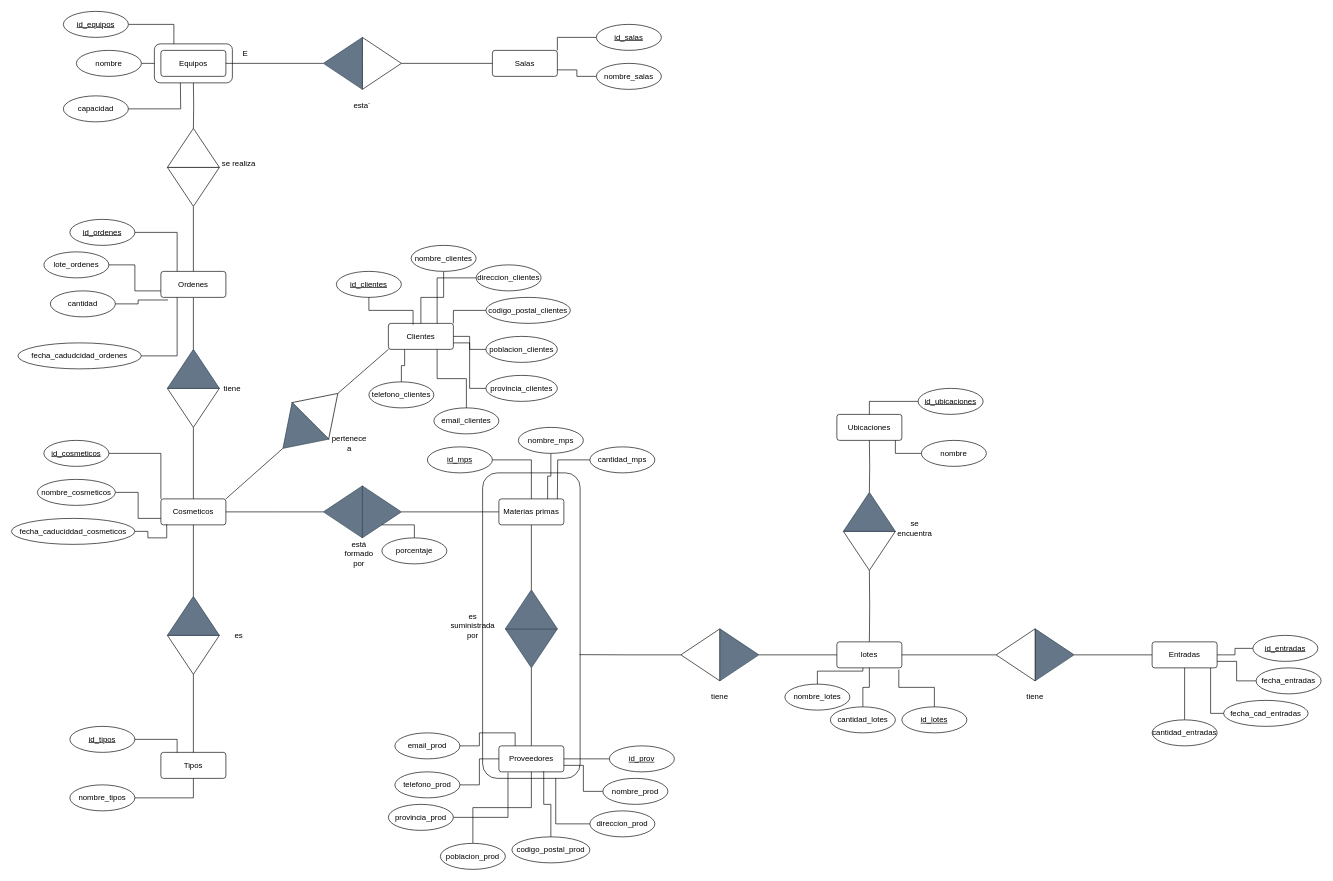
jolumon/proyecto_24_25 keeps this draw.io diagram as der.drawio. Above is the earlier version. Source tidied: cells renumbered, new cells numbered last; positions are measured from the earlier drawing's top-left corner, leaving out a move shared by most shapes. Both pictures are drawn from the tidied source at 65%, with x=0, y=0 at pixel (11, 11).
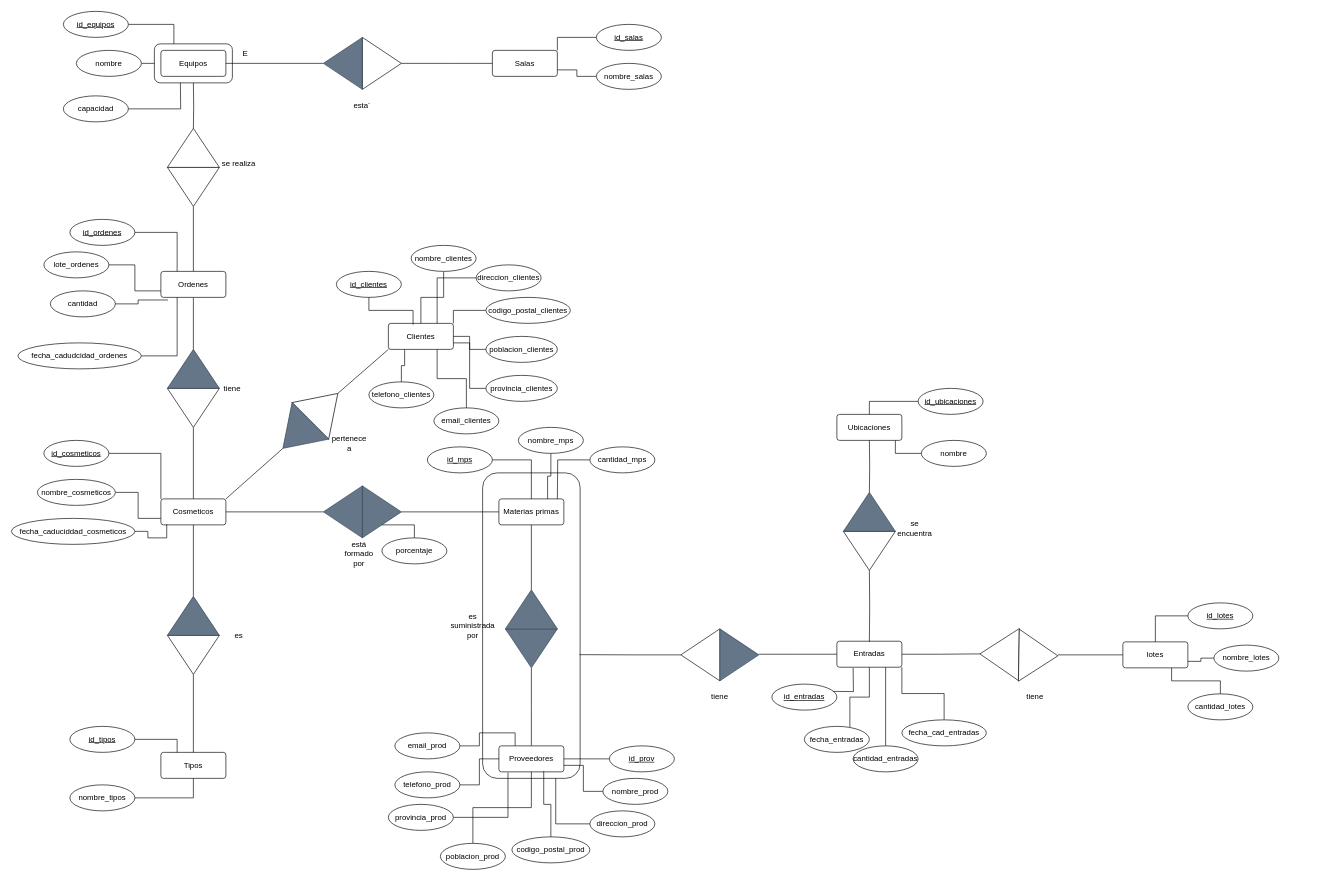
The same diagram, later.

Commit message:
Cambiar DER

Unchanged cells that the change refers to:
```xml
<mxCell id="3" style="rounded=1;whiteSpace=wrap;html=1;rotation=90;" parent="1" vertex="1">
  <mxGeometry x="565" y="870" width="470" height="150" as="geometry" />
</mxCell>
<mxCell id="116" style="triangle;whiteSpace=wrap;html=1;rotation=-180;" parent="115" vertex="1">
  <mxGeometry width="60" height="80" as="geometry" />
</mxCell>
<mxCell id="148" style="triangle;whiteSpace=wrap;html=1;fillColor=#647687;strokeColor=#314354;fontColor=#ffffff;" parent="1" vertex="1">
  <mxGeometry x="1090" y="950" width="60" height="80" as="geometry" />
</mxCell>
```

Diff of the diagram source:
```diff
@@
-    <mxCell id="127" style="group;" parent="1" vertex="1">
-      <mxGeometry x="1515" y="950" width="120" height="80" as="geometry" />
+    <mxCell id="127" style="group;rotation=-179;" parent="1" vertex="1">
+      <mxGeometry x="1490" y="950" width="120" height="80" as="geometry" />
     </mxCell>
-    <mxCell id="128" style="triangle;whiteSpace=wrap;html=1;fillColor=#647687;strokeColor=#314354;fontColor=#ffffff;" parent="127" vertex="1">
-      <mxGeometry x="60" width="60" height="80" as="geometry" />
+    <mxCell id="128" style="triangle;whiteSpace=wrap;html=1;rotation=-179;" parent="127" vertex="1">
+      <mxGeometry y="-1" width="60" height="80" as="geometry" />
     </mxCell>
-    <mxCell id="129" style="triangle;whiteSpace=wrap;html=1;rotation=-180;" parent="127" vertex="1">
-      <mxGeometry width="60" height="80" as="geometry" />
+    <mxCell id="129" style="triangle;whiteSpace=wrap;html=1;rotation=-359;" parent="127" vertex="1">
+      <mxGeometry x="60" y="1" width="60" height="80" as="geometry" />
     </mxCell>
+    <mxCell id="162" style="edgeStyle=orthogonalEdgeStyle;rounded=0;jettySize=auto;html=1;entryX=1;entryY=0.5;entryDx=0;entryDy=0;endArrow=none;endFill=0;" parent="1" edge="1" source="130" target="128">
+      <mxGeometry relative="1" as="geometry" />
+    </mxCell>
+    <mxCell id="163" style="edgeStyle=orthogonalEdgeStyle;rounded=0;jettySize=auto;html=1;endArrow=none;endFill=0;" parent="1" edge="1" source="130">
+      <mxGeometry relative="1" as="geometry">
+        <mxPoint x="1150" y="989" as="targetPoint" />
+      </mxGeometry>
+    </mxCell>
     <mxCell id="130" value="Entradas" style="rounded=1;arcSize=10;whiteSpace=wrap;html=1;align=center;" parent="1" vertex="1">
-      <mxGeometry x="1755" y="970" width="100" height="40" as="geometry" />
+      <mxGeometry x="1270" y="969" width="100" height="40" as="geometry" />
     </mxCell>
-    <mxCell id="131" style="edgeStyle=orthogonalEdgeStyle;rounded=0;jettySize=auto;html=1;entryX=0;entryY=0.5;entryDx=0;entryDy=0;endArrow=none;endFill=0;" parent="1" edge="1" source="128" target="130">
-      <mxGeometry relative="1" as="geometry" />
-    </mxCell>
@@
-    <mxCell id="140" style="edgeStyle=orthogonalEdgeStyle;rounded=0;jettySize=auto;html=1;endArrow=none;endFill=0;" parent="1" edge="1" source="141" target="130">
-      <mxGeometry relative="1" as="geometry" />
-    </mxCell>
+    <mxCell id="164" style="edgeStyle=orthogonalEdgeStyle;rounded=0;orthogonalLoop=1;jettySize=auto;html=1;entryX=0;entryY=0.75;entryDx=0;entryDy=0;endArrow=none;endFill=0;" parent="1" edge="1">
+      <mxGeometry relative="1" as="geometry">
+        <mxPoint x="1245" y="1046" as="sourcePoint" />
+        <mxPoint x="1295" y="1010" as="targetPoint" />
+      </mxGeometry>
+    </mxCell>
     <mxCell id="141" value="id_entradas" style="ellipse;whiteSpace=wrap;html=1;align=center;fontStyle=4;" parent="1" vertex="1">
-      <mxGeometry x="1910" y="960" width="100" height="40" as="geometry" />
+      <mxGeometry x="1170" y="1035" width="100" height="40" as="geometry" />
     </mxCell>
-    <mxCell id="142" style="edgeStyle=orthogonalEdgeStyle;rounded=0;jettySize=auto;html=1;entryX=1;entryY=0.75;entryDx=0;entryDy=0;endArrow=none;endFill=0;" parent="1" edge="1" source="143" target="130">
-      <mxGeometry relative="1" as="geometry" />
+    <mxCell id="142" style="edgeStyle=orthogonalEdgeStyle;rounded=0;jettySize=auto;html=1;entryX=0.5;entryY=1;entryDx=0;entryDy=0;endArrow=none;endFill=0;" parent="1" edge="1" source="143" target="130">
+      <mxGeometry relative="1" as="geometry">
+        <Array as="points">
+          <mxPoint x="1290" y="1055" />
+          <mxPoint x="1320" y="1055" />
+        </Array>
+      </mxGeometry>
     </mxCell>
     <mxCell id="143" value="fecha_entradas" style="ellipse;whiteSpace=wrap;html=1;align=center;fontStyle=0;" parent="1" vertex="1">
-      <mxGeometry x="1915" y="1010" width="100" height="40" as="geometry" />
+      <mxGeometry x="1220" y="1100" width="100" height="40" as="geometry" />
     </mxCell>
+    <mxCell id="157" style="edgeStyle=orthogonalEdgeStyle;rounded=0;jettySize=auto;html=1;entryX=1;entryY=1;entryDx=0;entryDy=0;endArrow=none;endFill=0;" parent="1" edge="1" source="144" target="130">
+      <mxGeometry relative="1" as="geometry" />
+    </mxCell>
     <mxCell id="144" value="fecha_cad_entradas" style="ellipse;whiteSpace=wrap;html=1;align=center;" parent="1" vertex="1">
-      <mxGeometry x="1865" y="1060" width="130" height="40" as="geometry" />
+      <mxGeometry x="1370" y="1090" width="130" height="40" as="geometry" />
     </mxCell>
-    <mxCell id="145" style="edgeStyle=orthogonalEdgeStyle;rounded=0;jettySize=auto;html=1;endArrow=none;endFill=0;" parent="1" edge="1" source="146" target="130">
+    <mxCell id="145" style="edgeStyle=orthogonalEdgeStyle;rounded=0;jettySize=auto;html=1;entryX=0.75;entryY=1;entryDx=0;entryDy=0;endArrow=none;endFill=0;" parent="1" edge="1" source="146" target="130">
       <mxGeometry relative="1" as="geometry" />
     </mxCell>
     <mxCell id="146" value="cantidad_entradas" style="ellipse;whiteSpace=wrap;html=1;align=center;" parent="1" vertex="1">
-      <mxGeometry x="1755" y="1090" width="100" height="40" as="geometry" />
+      <mxGeometry x="1295" y="1130" width="100" height="40" as="geometry" />
     </mxCell>
@@
+    <mxCell id="165" style="edgeStyle=orthogonalEdgeStyle;rounded=0;jettySize=auto;html=1;endArrow=none;endFill=0;" parent="1" edge="1" source="149">
+      <mxGeometry relative="1" as="geometry">
+        <mxPoint x="1610" y="990" as="targetPoint" />
+      </mxGeometry>
+    </mxCell>
     <mxCell id="149" value="lotes" style="rounded=1;arcSize=10;whiteSpace=wrap;html=1;align=center;" parent="1" vertex="1">
-      <mxGeometry x="1270" y="970" width="100" height="40" as="geometry" />
+      <mxGeometry x="1710" y="970" width="100" height="40" as="geometry" />
     </mxCell>
-    <mxCell id="150" style="edgeStyle=orthogonalEdgeStyle;rounded=0;jettySize=auto;html=1;entryX=0;entryY=0.5;entryDx=0;entryDy=0;endArrow=none;endFill=0;" parent="1" edge="1" source="148" target="149">
-      <mxGeometry relative="1" as="geometry" />
-    </mxCell>
+    <mxCell id="160" style="edgeStyle=orthogonalEdgeStyle;rounded=0;jettySize=auto;html=1;entryX=0.5;entryY=0;entryDx=0;entryDy=0;endArrow=none;endFill=0;" parent="1" edge="1" source="151" target="149">
+      <mxGeometry relative="1" as="geometry">
+        <Array as="points">
+          <mxPoint x="1760" y="930" />
+        </Array>
+      </mxGeometry>
+    </mxCell>
     <mxCell id="151" value="id_lotes" style="ellipse;whiteSpace=wrap;html=1;align=center;fontStyle=4;" parent="1" vertex="1">
-      <mxGeometry x="1370" y="1070" width="100" height="40" as="geometry" />
+      <mxGeometry x="1810" y="910" width="100" height="40" as="geometry" />
     </mxCell>
     <mxCell id="152" value="nombre_lotes" style="ellipse;whiteSpace=wrap;html=1;align=center;" parent="1" vertex="1">
-      <mxGeometry x="1190" y="1035" width="100" height="40" as="geometry" />
+      <mxGeometry x="1850" y="975" width="100" height="40" as="geometry" />
     </mxCell>
-    <mxCell id="153" style="edgeStyle=orthogonalEdgeStyle;rounded=0;jettySize=auto;html=1;endArrow=none;endFill=0;" parent="1" edge="1" source="154" target="149">
-      <mxGeometry relative="1" as="geometry" />
-    </mxCell>
     <mxCell id="154" value="cantidad_lotes" style="ellipse;whiteSpace=wrap;html=1;align=center;" parent="1" vertex="1">
-      <mxGeometry x="1260" y="1070" width="100" height="40" as="geometry" />
+      <mxGeometry x="1810" y="1050" width="100" height="40" as="geometry" />
     </mxCell>
@@
-    <mxCell id="157" style="edgeStyle=orthogonalEdgeStyle;rounded=0;jettySize=auto;html=1;entryX=0.9;entryY=1;entryDx=0;entryDy=0;entryPerimeter=0;endArrow=none;endFill=0;" parent="1" edge="1" source="144" target="130">
-      <mxGeometry relative="1" as="geometry" />
-    </mxCell>
+    <mxCell id="161" style="edgeStyle=orthogonalEdgeStyle;rounded=0;jettySize=auto;html=1;entryX=0.595;entryY=0.007;entryDx=0;entryDy=0;entryPerimeter=0;endArrow=none;endFill=0;" parent="1" edge="1" source="116" target="3">
+      <mxGeometry relative="1" as="geometry" />
+    </mxCell>
-    <mxCell id="158" style="edgeStyle=orthogonalEdgeStyle;rounded=0;jettySize=auto;html=1;entryX=0.4;entryY=1;entryDx=0;entryDy=0;entryPerimeter=0;endArrow=none;endFill=0;" parent="1" edge="1" source="152" target="149">
+    <mxCell id="158" style="edgeStyle=orthogonalEdgeStyle;rounded=0;jettySize=auto;html=1;entryX=1;entryY=0.75;entryDx=0;entryDy=0;endArrow=none;endFill=0;" parent="1" edge="1" source="152" target="149">
       <mxGeometry relative="1" as="geometry" />
     </mxCell>
-    <mxCell id="159" style="edgeStyle=orthogonalEdgeStyle;rounded=0;jettySize=auto;html=1;endArrow=none;endFill=0;" parent="1" edge="1" source="129" target="149">
-      <mxGeometry relative="1" as="geometry" />
-    </mxCell>
-    <mxCell id="160" style="edgeStyle=orthogonalEdgeStyle;rounded=0;jettySize=auto;html=1;entryX=0.953;entryY=1.067;entryDx=0;entryDy=0;entryPerimeter=0;endArrow=none;endFill=0;" parent="1" edge="1" source="151" target="149">
-      <mxGeometry relative="1" as="geometry" />
-    </mxCell>
-    <mxCell id="161" style="edgeStyle=orthogonalEdgeStyle;rounded=0;jettySize=auto;html=1;entryX=0.595;entryY=0.007;entryDx=0;entryDy=0;entryPerimeter=0;endArrow=none;endFill=0;" parent="1" edge="1" source="116" target="3">
-      <mxGeometry relative="1" as="geometry" />
-    </mxCell>
+    <mxCell id="153" style="edgeStyle=orthogonalEdgeStyle;rounded=0;jettySize=auto;html=1;entryX=0.75;entryY=1;entryDx=0;entryDy=0;endArrow=none;endFill=0;" parent="1" edge="1" source="154" target="149">
+      <mxGeometry relative="1" as="geometry" />
+    </mxCell>
```
